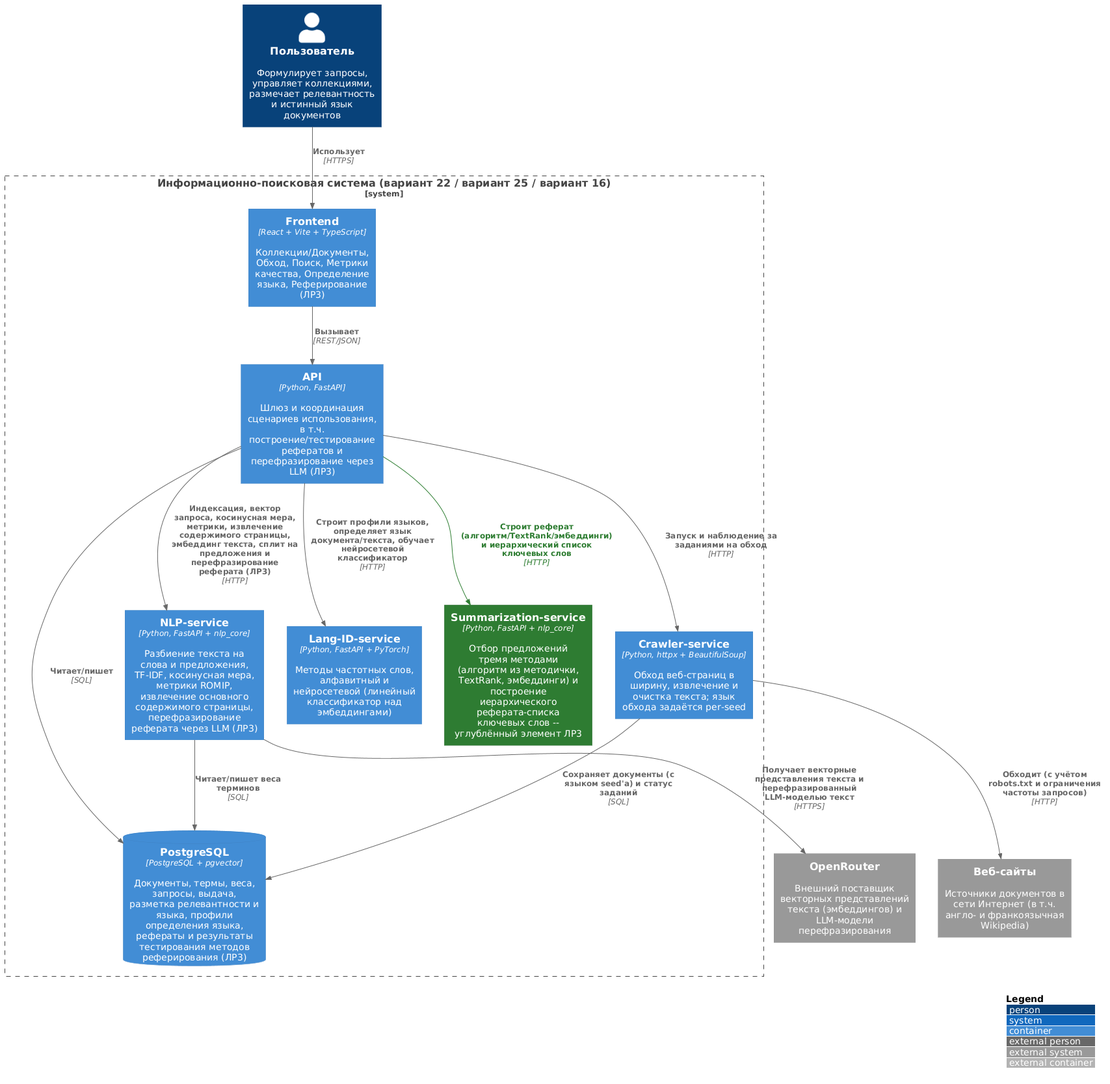
Earlier version of the PlantUML export reports/lr3/lab/diagrams/generated/architecture-c4.png (slavikovics/LanguageProcessing). Its diagram source:
```plantuml
@startuml architecture-c4
!include ../stdlib/C4_Container.puml


LAYOUT_WITH_LEGEND()
LAYOUT_TOP_DOWN()

AddElementTag("new", $bgColor="#2e7d32", $fontColor="#ffffff", $borderColor="#1b5e20", $legendText="добавлено в ЛР3")
AddRelTag("new", $textColor="#2e7d32", $lineColor="#2e7d32", $legendText="добавлено в ЛР3")

Person(user, "Пользователь", "Формулирует запросы, управляет коллекциями, размечает релевантность и истинный язык документов")

System_Boundary(system, "Информационно-поисковая система (вариант 22 / вариант 25 / вариант 16)") {
  Container(frontend, "Frontend", "React + Vite + TypeScript", "Коллекции/Документы, Обход, Поиск, Метрики качества, Определение языка, Реферирование (ЛР3)")
  Container(api, "API", "Python, FastAPI", "Шлюз и координация сценариев использования, в т.ч. построение/тестирование рефератов и перефразирование через LLM (ЛР3)")
  Container(nlp, "NLP-service", "Python, FastAPI + nlp_core", "Разбиение текста на слова и предложения, TF-IDF, косинусная мера, метрики ROMIP, извлечение основного содержимого страницы, перефразирование реферата через LLM (ЛР3)")
  Container(crawler, "Crawler-service", "Python, httpx + BeautifulSoup", "Обход веб-страниц в ширину, извлечение и очистка текста; язык обхода задаётся per-seed")
  Container(langid, "Lang-ID-service", "Python, FastAPI + PyTorch", "Методы частотных слов, алфавитный и нейросетевой (линейный классификатор над эмбеддингами)")
  Container(summarization, "Summarization-service", "Python, FastAPI + nlp_core", "Отбор предложений тремя методами (алгоритм из методички, TextRank, эмбеддинги) и построение иерархического реферата-списка ключевых слов -- углублённый элемент ЛР3", $tags="new")
  ContainerDb(db, "PostgreSQL", "PostgreSQL + pgvector", "Документы, термы, веса, запросы, выдача, разметка релевантности и языка, профили определения языка, рефераты и результаты тестирования методов реферирования (ЛР3)")
}

System_Ext(web, "Веб-сайты", "Источники документов в сети Интернет (в т.ч. англо- и франкоязычная Wikipedia)")
System_Ext(openrouter, "OpenRouter", "Внешний поставщик векторных представлений текста (эмбеддингов) и LLM-модели перефразирования")

Rel(user, frontend, "Использует", "HTTPS")
Rel(frontend, api, "Вызывает", "REST/JSON")
Rel(api, nlp, "Индексация, вектор запроса, косинусная мера, метрики, извлечение содержимого страницы, эмбеддинг текста, сплит на предложения и перефразирование реферата (ЛР3)", "HTTP")
Rel(api, crawler, "Запуск и наблюдение за заданиями на обход", "HTTP")
Rel(api, db, "Читает/пишет", "SQL")
Rel(nlp, db, "Читает/пишет веса терминов", "SQL")
Rel(nlp, openrouter, "Получает векторные представления текста и перефразированный LLM-моделью текст", "HTTPS")
Rel(crawler, db, "Сохраняет документы (с языком seed'а) и статус заданий", "SQL")
Rel(crawler, web, "Обходит (с учётом robots.txt и ограничения частоты запросов)", "HTTP")
Rel(api, langid, "Строит профили языков, определяет язык документа/текста, обучает нейросетевой классификатор", "HTTP")
Rel(api, summarization, "Строит реферат (алгоритм/TextRank/эмбеддинги) и иерархический список ключевых слов", "HTTP", $tags="new")

@enduml
```
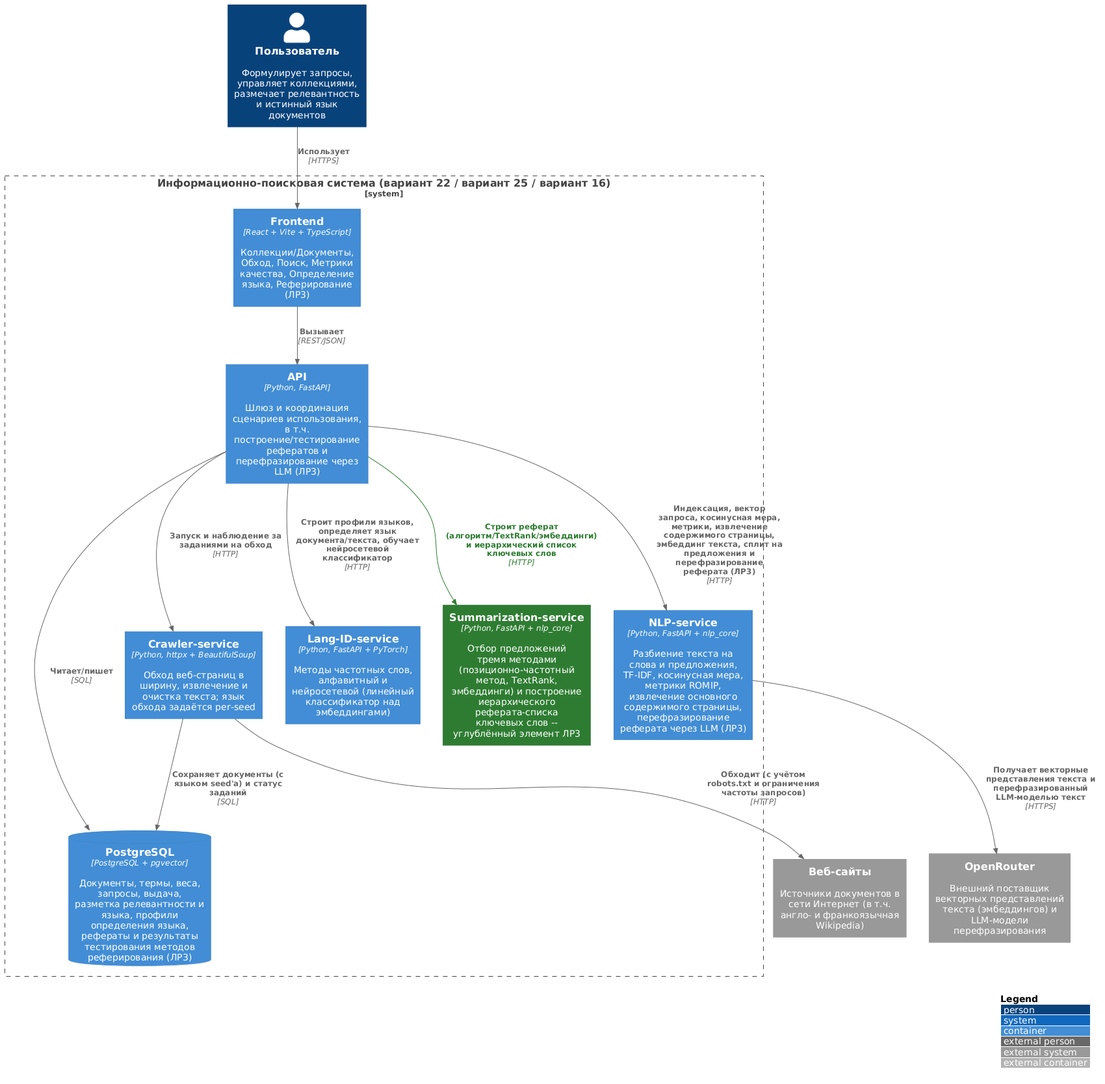
After the change.

Diff of the diagram source:
```diff
@@ -16,7 +16,7 @@
   Container(nlp, "NLP-service", "Python, FastAPI + nlp_core", "Разбиение текста на слова и предложения, TF-IDF, косинусная мера, метрики ROMIP, извлечение основного содержимого страницы, перефразирование реферата через LLM (ЛР3)")
   Container(crawler, "Crawler-service", "Python, httpx + BeautifulSoup", "Обход веб-страниц в ширину, извлечение и очистка текста; язык обхода задаётся per-seed")
   Container(langid, "Lang-ID-service", "Python, FastAPI + PyTorch", "Методы частотных слов, алфавитный и нейросетевой (линейный классификатор над эмбеддингами)")
-  Container(summarization, "Summarization-service", "Python, FastAPI + nlp_core", "Отбор предложений тремя методами (алгоритм из методички, TextRank, эмбеддинги) и построение иерархического реферата-списка ключевых слов -- углублённый элемент ЛР3", $tags="new")
+  Container(summarization, "Summarization-service", "Python, FastAPI + nlp_core", "Отбор предложений тремя методами (позиционно-частотный метод, TextRank, эмбеддинги) и построение иерархического реферата-списка ключевых слов -- углублённый элемент ЛР3", $tags="new")
   ContainerDb(db, "PostgreSQL", "PostgreSQL + pgvector", "Документы, термы, веса, запросы, выдача, разметка релевантности и языка, профили определения языка, рефераты и результаты тестирования методов реферирования (ЛР3)")
 }
 
@@ -28,7 +28,6 @@
 Rel(api, nlp, "Индексация, вектор запроса, косинусная мера, метрики, извлечение содержимого страницы, эмбеддинг текста, сплит на предложения и перефразирование реферата (ЛР3)", "HTTP")
 Rel(api, crawler, "Запуск и наблюдение за заданиями на обход", "HTTP")
 Rel(api, db, "Читает/пишет", "SQL")
-Rel(nlp, db, "Читает/пишет веса терминов", "SQL")
 Rel(nlp, openrouter, "Получает векторные представления текста и перефразированный LLM-моделью текст", "HTTPS")
 Rel(crawler, db, "Сохраняет документы (с языком seed'а) и статус заданий", "SQL")
 Rel(crawler, web, "Обходит (с учётом robots.txt и ограничения частоты запросов)", "HTTP")
```
